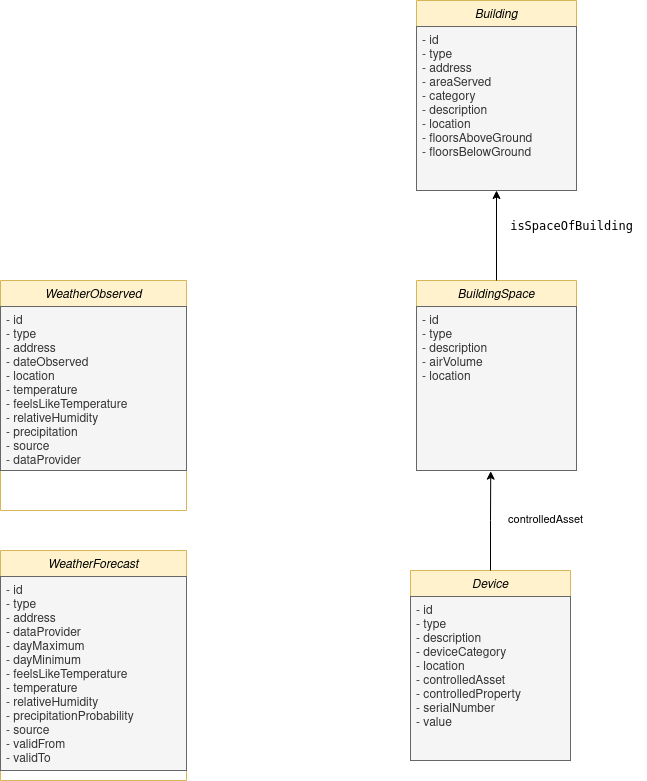
Above: img/datamodels.png in piripopero/miniproject-excellcity-winterschool (draw.io), before the change. Source tidied: cells renumbered, new cells last; positions are measured from the earlier drawing's top-left corner, leaving out a move shared by most shapes.
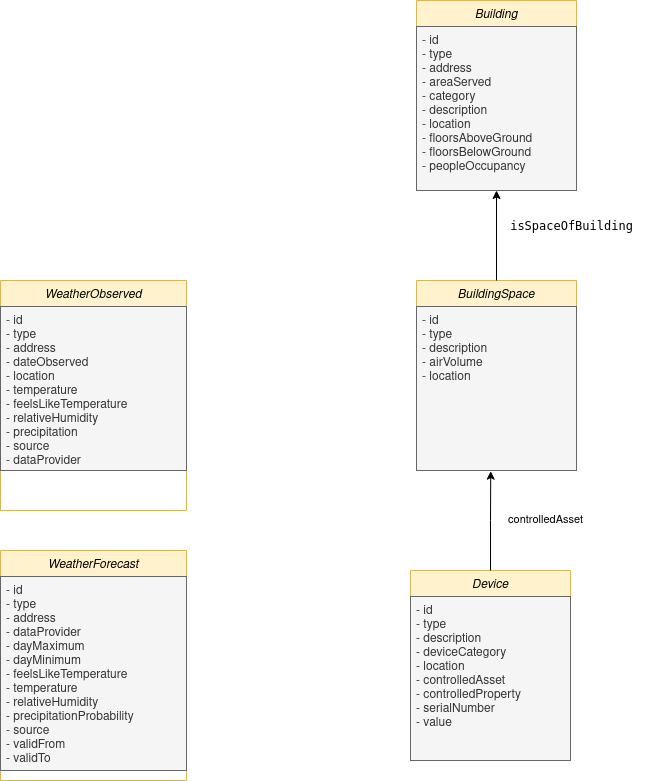
The same diagram one commit later.

What changed in the source:
```diff
@@ -5,7 +5,7 @@
     <mxCell id="2" value="Building" style="swimlane;fontStyle=2;align=center;verticalAlign=top;horizontal=1;startSize=26;rounded=0;shadow=0;strokeWidth=1;fillColor=#fff2cc;strokeColor=#d6b656;" parent="1" vertex="1">
       <mxGeometry x="416" width="160" height="190" as="geometry" />
     </mxCell>
-    <mxCell id="3" value="- id&#10;- type&#10;- address&#10;- areaServed&#10;- category&#10;- description&#10;- location&#10;- floorsAboveGround&#10;- floorsBelowGround" style="text;align=left;verticalAlign=top;spacingLeft=4;spacingRight=4;overflow=hidden;fillColor=#f5f5f5;fontColor=#333333;strokeColor=#666666;" parent="2" vertex="1">
+    <mxCell id="3" value="- id&#10;- type&#10;- address&#10;- areaServed&#10;- category&#10;- description&#10;- location&#10;- floorsAboveGround&#10;- floorsBelowGround&#10;- peopleOccupancy&#10;" style="text;align=left;verticalAlign=top;spacingLeft=4;spacingRight=4;overflow=hidden;fillColor=#f5f5f5;fontColor=#333333;strokeColor=#666666;" parent="2" vertex="1">
       <mxGeometry y="26" width="160" height="164" as="geometry" />
     </mxCell>
     <mxCell id="4" value="BuildingSpace" style="swimlane;fontStyle=2;align=center;verticalAlign=top;horizontal=1;startSize=26;rounded=0;shadow=0;strokeWidth=1;fillColor=#fff2cc;strokeColor=#d6b656;" parent="1" vertex="1">
```
